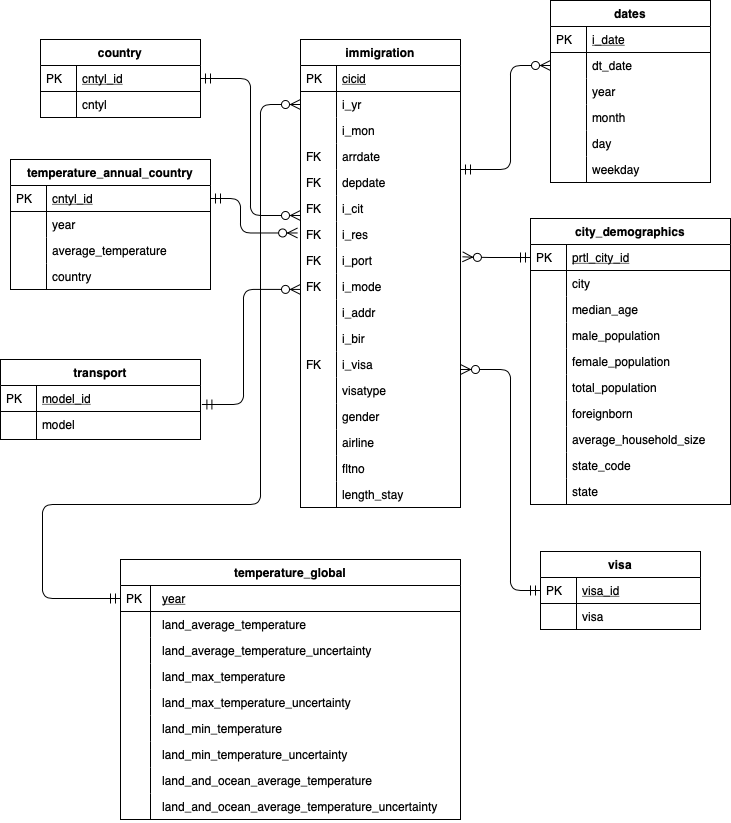
Above: 5-Capstone-Project/images/ERM.png in Xwoe/Udacity-Data-Engineering (draw.io), before the change. Source tidied: cells renumbered, new cells last; positions are measured from the earlier drawing's top-left corner, leaving out a move shared by most shapes.
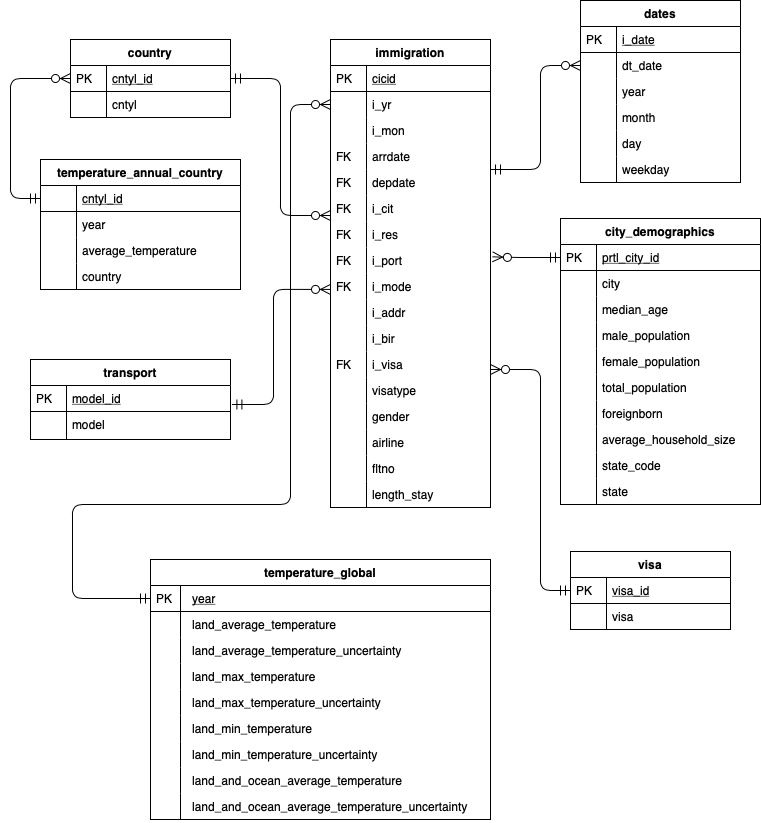
The same file after the commit.

Change to the diagram source:
```diff
@@ -13,11 +13,11 @@
         </Array>
       </mxGeometry>
     </mxCell>
-    <mxCell id="4" style="edgeStyle=orthogonalEdgeStyle;endArrow=ERzeroToMany;startArrow=ERmandOne;shadow=0;strokeWidth=1;endSize=8;startSize=8;exitX=1;exitY=0.5;exitDx=0;exitDy=0;entryX=-0.018;entryY=0.441;entryDx=0;entryDy=0;entryPerimeter=0;" parent="1" edge="1" source="67" target="21">
+    <mxCell id="4" style="edgeStyle=orthogonalEdgeStyle;endArrow=ERzeroToMany;startArrow=ERmandOne;shadow=0;strokeWidth=1;endSize=8;startSize=8;exitX=0;exitY=0.5;exitDx=0;exitDy=0;entryX=0;entryY=0.5;entryDx=0;entryDy=0;" parent="1" edge="1" source="67" target="62">
       <mxGeometry relative="1" as="geometry">
         <Array as="points">
-          <mxPoint x="240" y="198" />
-          <mxPoint x="240" y="232" />
+          <mxPoint x="-20" y="198" />
+          <mxPoint x="-20" y="78" />
         </Array>
       </mxGeometry>
     </mxCell>
@@ -226,7 +226,7 @@
     <mxCell id="67" value="cntyl_id" style="shape=partialRectangle;top=0;left=0;right=0;bottom=1;align=left;verticalAlign=top;fillColor=none;spacingLeft=40;spacingRight=4;overflow=hidden;points=[[0,0.5],[1,0.5]];portConstraint=eastwest;rounded=0;shadow=0;strokeWidth=1;fontStyle=4;" parent="66" vertex="1">
       <mxGeometry y="26" width="200" height="26" as="geometry" />
     </mxCell>
-    <mxCell id="68" value="PK" style="shape=partialRectangle;top=0;left=0;bottom=0;fillColor=none;align=left;verticalAlign=top;spacingLeft=4;spacingRight=4;overflow=hidden;" parent="67" vertex="1">
+    <mxCell id="68" style="shape=partialRectangle;top=0;left=0;bottom=0;fillColor=none;align=left;verticalAlign=top;spacingLeft=4;spacingRight=4;overflow=hidden;" parent="67" vertex="1">
       <mxGeometry width="36" height="26" as="geometry" />
     </mxCell>
     <mxCell id="69" value="year" style="shape=partialRectangle;top=0;left=0;right=0;bottom=0;align=left;verticalAlign=top;fillColor=none;spacingLeft=40;spacingRight=4;overflow=hidden;rounded=0;shadow=0;strokeWidth=1;" parent="66" vertex="1">
```
